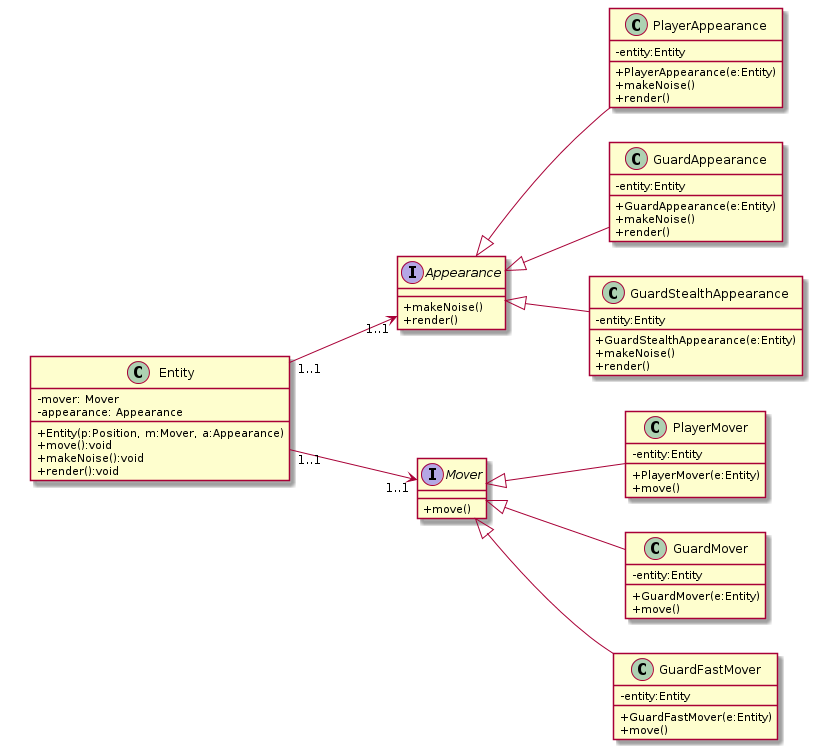
The PlantUML diagram content/teaching/CS123/examples/inheritcomp/umlgamecomp.png in jimfinnis/jcf12, before a commit.
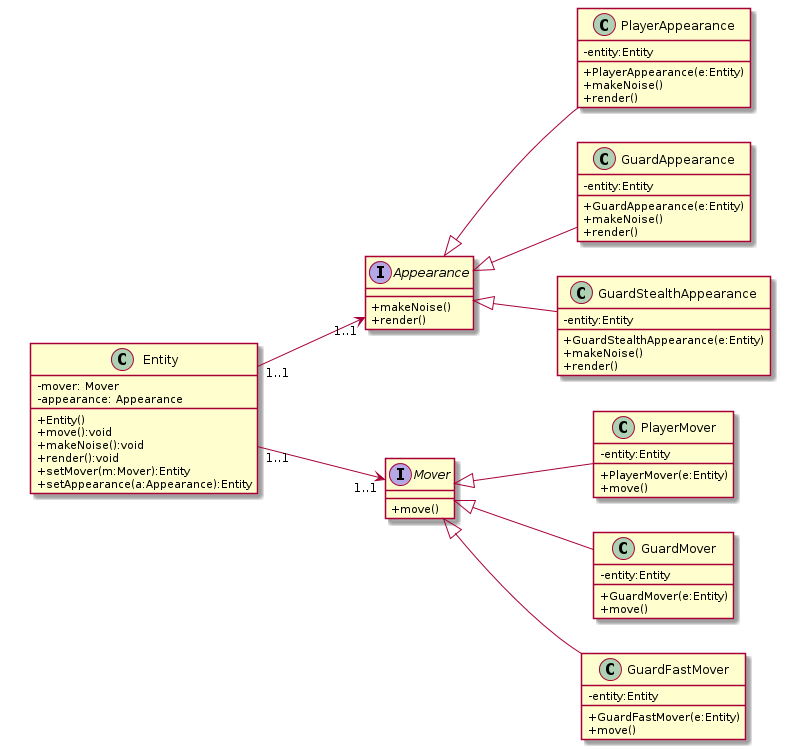
The same file after the commit.

The edit, as a diff of the source:
```diff
@@ -3,10 +3,12 @@
 skinparam classAttributeIconSize 0
 
 class Entity {
-    + Entity(p:Position, m:Mover, a:Appearance)
+    + Entity()
     + move():void
     + makeNoise():void
     + render():void
+    + setMover(m:Mover):Entity
+    + setAppearance(a:Appearance):Entity
 
     - mover: Mover
     - appearance: Appearance
```
